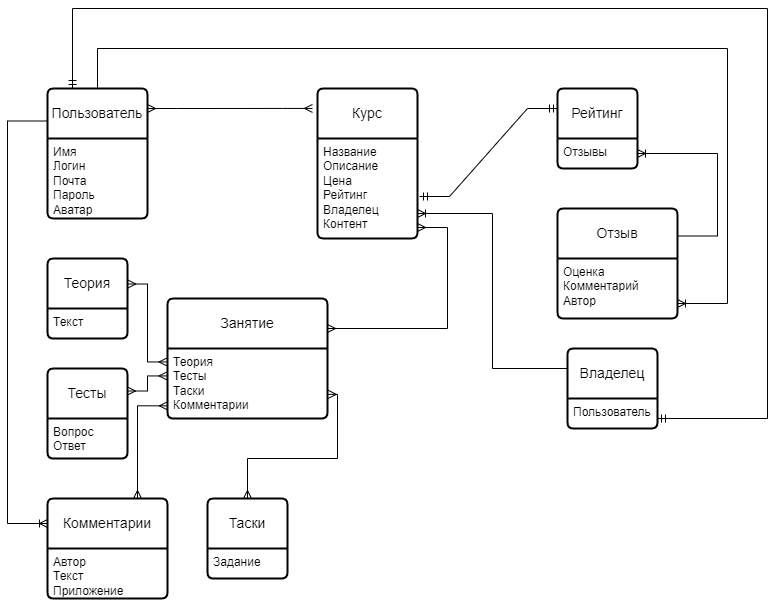
Above: Диаграммы/ДиграммыТЗ-ER-Logic.drawio.png in bosonhiiggs/Music-Trainee (draw.io), before the change. Source tidied: cells renumbered, new cells last; positions are measured from the earlier drawing's top-left corner, leaving out a move shared by most shapes.
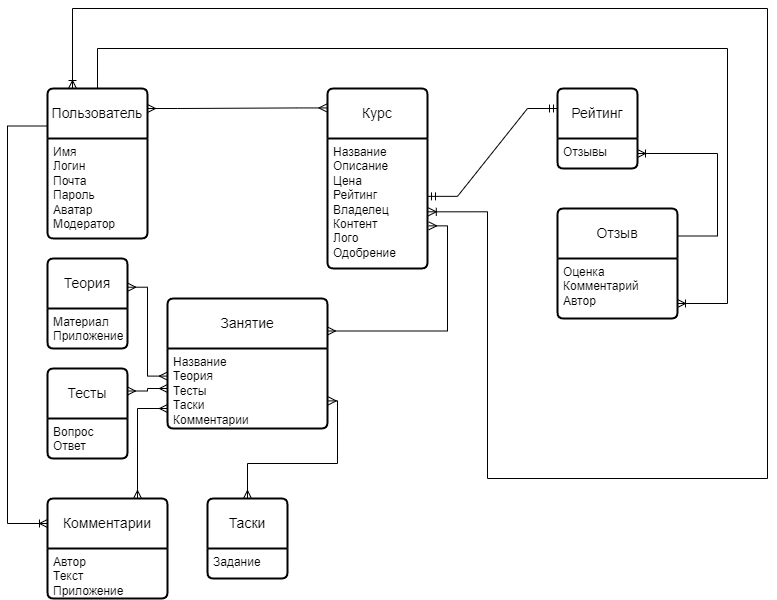
After the commit.

What changed in the source:
```diff
@@ -3,16 +3,16 @@
     <mxCell id="0" />
     <mxCell id="1" parent="0" />
     <mxCell id="2" value="Пользователь" style="swimlane;horizontal=1;startSize=50;rounded=1;fontSize=14;fontStyle=0;strokeWidth=2;shadow=0;dashed=0;align=center;arcSize=4;whiteSpace=wrap;html=1;" parent="1" vertex="1">
-      <mxGeometry x="40" y="80" width="100" height="130" as="geometry" />
+      <mxGeometry x="40" y="80" width="100" height="150" as="geometry" />
     </mxCell>
-    <mxCell id="3" value="Имя&lt;div&gt;Логин&lt;/div&gt;&lt;div&gt;Почта&lt;/div&gt;&lt;div&gt;Пароль&lt;/div&gt;&lt;div&gt;Аватар&lt;/div&gt;" style="align=left;strokeColor=none;fillColor=none;spacingLeft=4;fontSize=12;verticalAlign=top;html=1;" parent="2" vertex="1">
-      <mxGeometry y="50" width="100" height="80" as="geometry" />
+    <mxCell id="3" value="Имя&lt;div&gt;Логин&lt;/div&gt;&lt;div&gt;Почта&lt;/div&gt;&lt;div&gt;Пароль&lt;/div&gt;&lt;div&gt;Аватар&lt;/div&gt;&lt;div&gt;Модератор&lt;/div&gt;" style="align=left;strokeColor=none;fillColor=none;spacingLeft=4;fontSize=12;verticalAlign=top;html=1;" parent="2" vertex="1">
+      <mxGeometry y="50" width="100" height="100" as="geometry" />
     </mxCell>
     <mxCell id="4" value="Курс" style="swimlane;horizontal=1;startSize=50;rounded=1;fontSize=14;fontStyle=0;strokeWidth=2;shadow=0;dashed=0;align=center;arcSize=4;whiteSpace=wrap;html=1;" parent="1" vertex="1">
-      <mxGeometry x="310" y="80" width="100" height="150" as="geometry" />
+      <mxGeometry x="320" y="80" width="100" height="180" as="geometry" />
     </mxCell>
-    <mxCell id="5" value="Название&lt;div&gt;Описание&lt;/div&gt;&lt;div&gt;Цена&lt;/div&gt;&lt;div&gt;Рейтинг&lt;br&gt;Владелец&lt;/div&gt;&lt;div&gt;Контент&lt;/div&gt;&lt;div&gt;&lt;br&gt;&lt;/div&gt;" style="align=left;strokeColor=none;fillColor=none;spacingLeft=4;fontSize=12;verticalAlign=top;html=1;" parent="4" vertex="1">
-      <mxGeometry y="50" width="100" height="100" as="geometry" />
+    <mxCell id="5" value="Название&lt;div&gt;Описание&lt;/div&gt;&lt;div&gt;Цена&lt;/div&gt;&lt;div&gt;Рейтинг&lt;br&gt;Владелец&lt;/div&gt;&lt;div&gt;Контент&lt;/div&gt;&lt;div&gt;Лого&lt;/div&gt;&lt;div&gt;Одобрение&lt;/div&gt;" style="align=left;strokeColor=none;fillColor=none;spacingLeft=4;fontSize=12;verticalAlign=top;html=1;" parent="4" vertex="1">
+      <mxGeometry y="50" width="100" height="130" as="geometry" />
     </mxCell>
     <mxCell id="6" value="Рейтинг" style="swimlane;horizontal=1;startSize=50;rounded=1;fontSize=14;fontStyle=0;strokeWidth=2;shadow=0;dashed=0;align=center;arcSize=4;whiteSpace=wrap;html=1;" parent="1" vertex="1">
       <mxGeometry x="550" y="80" width="80" height="80" as="geometry" />
@@ -20,7 +20,7 @@
     <mxCell id="7" value="Отзывы" style="align=left;strokeColor=none;fillColor=none;spacingLeft=4;fontSize=12;verticalAlign=top;html=1;" parent="6" vertex="1">
       <mxGeometry y="50" width="80" height="30" as="geometry" />
     </mxCell>
-    <mxCell id="8" style="edgeStyle=entityRelationEdgeStyle;fontSize=12;html=1;endArrow=ERmandOne;startArrow=ERmandOne;rounded=0;entryX=0;entryY=0.25;entryDx=0;entryDy=0;exitX=1.02;exitY=0.58;exitDx=0;exitDy=0;exitPerimeter=0;" parent="1" edge="1" source="5" target="6">
+    <mxCell id="8" style="edgeStyle=entityRelationEdgeStyle;fontSize=12;html=1;endArrow=ERmandOne;startArrow=ERmandOne;rounded=0;entryX=0;entryY=0.25;entryDx=0;entryDy=0;exitX=1;exitY=0.445;exitDx=0;exitDy=0;exitPerimeter=0;" parent="1" edge="1" source="5" target="6">
       <mxGeometry relative="1" as="geometry" />
     </mxCell>
     <mxCell id="9" value="Отзыв" style="swimlane;horizontal=1;startSize=50;rounded=1;fontSize=14;fontStyle=0;strokeWidth=2;shadow=0;dashed=0;align=center;arcSize=4;whiteSpace=wrap;html=1;" parent="1" vertex="1">
@@ -46,29 +46,28 @@
       </mxGeometry>
     </mxCell>
     <mxCell id="13" value="Занятие" style="swimlane;horizontal=1;startSize=50;rounded=1;fontSize=14;fontStyle=0;strokeWidth=2;shadow=0;dashed=0;align=center;arcSize=4;whiteSpace=wrap;html=1;" parent="1" vertex="1">
-      <mxGeometry x="160" y="290" width="160" height="120" as="geometry" />
+      <mxGeometry x="160" y="290" width="160" height="130" as="geometry" />
     </mxCell>
-    <mxCell id="14" value="Теория&lt;div&gt;Тесты&lt;br&gt;Таски&lt;br&gt;Комментарии&lt;/div&gt;" style="align=left;strokeColor=none;fillColor=none;spacingLeft=4;fontSize=12;verticalAlign=top;html=1;" parent="13" vertex="1">
-      <mxGeometry y="50" width="160" height="70" as="geometry" />
+    <mxCell id="14" value="&lt;div&gt;Название&lt;/div&gt;Теория&lt;div&gt;Тесты&lt;br&gt;Таски&lt;br&gt;Комментарии&lt;/div&gt;" style="align=left;strokeColor=none;fillColor=none;spacingLeft=4;fontSize=12;verticalAlign=top;html=1;" parent="13" vertex="1">
+      <mxGeometry y="50" width="160" height="80" as="geometry" />
     </mxCell>
-    <mxCell id="15" style="edgeStyle=entityRelationEdgeStyle;fontSize=12;html=1;endArrow=ERmany;startArrow=ERmany;rounded=0;entryX=-0.05;entryY=0.133;entryDx=0;entryDy=0;entryPerimeter=0;" parent="1" edge="1" target="4">
+    <mxCell id="15" style="edgeStyle=entityRelationEdgeStyle;fontSize=12;html=1;endArrow=ERmany;startArrow=ERmany;rounded=0;entryX=-0.006;entryY=0.108;entryDx=0;entryDy=0;entryPerimeter=0;" parent="1" edge="1" target="4">
       <mxGeometry relative="1" as="geometry">
         <mxPoint x="140" y="100" as="sourcePoint" />
       </mxGeometry>
     </mxCell>
-    <mxCell id="16" style="edgeStyle=elbowEdgeStyle;fontSize=12;html=1;endArrow=ERmany;startArrow=ERmany;rounded=0;entryX=1;entryY=0.25;entryDx=0;entryDy=0;" parent="1" edge="1" target="13">
+    <mxCell id="16" style="edgeStyle=elbowEdgeStyle;fontSize=12;html=1;endArrow=ERmany;startArrow=ERmany;rounded=0;entryX=1;entryY=0.25;entryDx=0;entryDy=0;exitX=1.012;exitY=0.672;exitDx=0;exitDy=0;exitPerimeter=0;" parent="1" edge="1" source="5" target="13">
       <mxGeometry relative="1" as="geometry">
-        <mxPoint x="410" y="219" as="sourcePoint" />
         <Array as="points">
           <mxPoint x="440" y="270" />
         </Array>
       </mxGeometry>
     </mxCell>
     <mxCell id="17" value="Теория" style="swimlane;horizontal=1;startSize=50;rounded=1;fontSize=14;fontStyle=0;strokeWidth=2;shadow=0;dashed=0;align=center;arcSize=4;whiteSpace=wrap;html=1;" parent="1" vertex="1">
-      <mxGeometry x="40" y="250" width="80" height="80" as="geometry" />
+      <mxGeometry x="40" y="250" width="80" height="90" as="geometry" />
     </mxCell>
-    <mxCell id="18" value="Текст" style="align=left;strokeColor=none;fillColor=none;spacingLeft=4;fontSize=12;verticalAlign=top;html=1;" parent="17" vertex="1">
-      <mxGeometry y="50" width="80" height="30" as="geometry" />
+    <mxCell id="18" value="Материал&lt;div&gt;Приложение&lt;/div&gt;" style="align=left;strokeColor=none;fillColor=none;spacingLeft=4;fontSize=12;verticalAlign=top;html=1;" parent="17" vertex="1">
+      <mxGeometry y="50" width="80" height="40" as="geometry" />
     </mxCell>
     <mxCell id="19" value="Тесты" style="swimlane;horizontal=1;startSize=50;rounded=1;fontSize=14;fontStyle=0;strokeWidth=2;shadow=0;dashed=0;align=center;arcSize=4;whiteSpace=wrap;html=1;" parent="1" vertex="1">
       <mxGeometry x="40" y="360" width="80" height="90" as="geometry" />
@@ -88,17 +87,21 @@
     <mxCell id="24" value="Автор&lt;div&gt;Текст&lt;/div&gt;&lt;div&gt;Приложение&lt;/div&gt;" style="align=left;strokeColor=none;fillColor=none;spacingLeft=4;fontSize=12;verticalAlign=top;html=1;" parent="23" vertex="1">
       <mxGeometry y="50" width="120" height="50" as="geometry" />
     </mxCell>
-    <mxCell id="25" style="edgeStyle=elbowEdgeStyle;fontSize=12;html=1;endArrow=ERmany;startArrow=ERmany;rounded=0;exitX=1.004;exitY=0.319;exitDx=0;exitDy=0;exitPerimeter=0;entryX=-0.003;entryY=0.192;entryDx=0;entryDy=0;entryPerimeter=0;" parent="1" edge="1" source="17" target="14">
+    <mxCell id="25" style="edgeStyle=elbowEdgeStyle;fontSize=12;html=1;endArrow=ERmany;startArrow=ERmany;rounded=0;exitX=1.004;exitY=0.319;exitDx=0;exitDy=0;exitPerimeter=0;entryX=-0.001;entryY=0.345;entryDx=0;entryDy=0;entryPerimeter=0;" parent="1" edge="1" source="17" target="14">
       <mxGeometry relative="1" as="geometry" />
     </mxCell>
-    <mxCell id="26" style="edgeStyle=elbowEdgeStyle;fontSize=12;html=1;endArrow=ERmany;startArrow=ERmany;rounded=0;entryX=-0.003;entryY=0.392;entryDx=0;entryDy=0;entryPerimeter=0;exitX=1;exitY=0.25;exitDx=0;exitDy=0;" parent="1" edge="1" source="19" target="14">
+    <mxCell id="26" style="edgeStyle=elbowEdgeStyle;fontSize=12;html=1;endArrow=ERmany;startArrow=ERmany;rounded=0;entryX=0;entryY=0.5;entryDx=0;entryDy=0;exitX=1;exitY=0.25;exitDx=0;exitDy=0;" parent="1" edge="1" source="19" target="14">
       <mxGeometry relative="1" as="geometry" />
     </mxCell>
     <mxCell id="27" style="edgeStyle=orthogonalEdgeStyle;fontSize=12;html=1;endArrow=ERmany;startArrow=ERmany;rounded=0;exitX=0.5;exitY=0;exitDx=0;exitDy=0;entryX=1.005;entryY=0.655;entryDx=0;entryDy=0;entryPerimeter=0;" parent="1" edge="1" source="21" target="14">
       <mxGeometry relative="1" as="geometry" />
     </mxCell>
-    <mxCell id="28" style="edgeStyle=orthogonalEdgeStyle;fontSize=12;html=1;endArrow=ERmany;startArrow=ERmany;rounded=0;entryX=-0.001;entryY=0.819;entryDx=0;entryDy=0;entryPerimeter=0;exitX=0.75;exitY=0;exitDx=0;exitDy=0;" parent="1" edge="1" source="23" target="14">
-      <mxGeometry relative="1" as="geometry" />
+    <mxCell id="28" style="edgeStyle=orthogonalEdgeStyle;fontSize=12;html=1;endArrow=ERmany;startArrow=ERmany;rounded=0;entryX=0;entryY=0.75;entryDx=0;entryDy=0;exitX=0.75;exitY=0;exitDx=0;exitDy=0;" parent="1" edge="1" source="23" target="14">
+      <mxGeometry relative="1" as="geometry">
+        <Array as="points">
+          <mxPoint x="130" y="400" />
+        </Array>
+      </mxGeometry>
     </mxCell>
     <mxCell id="29" style="edgeStyle=elbowEdgeStyle;fontSize=12;html=1;endArrow=ERoneToMany;rounded=0;entryX=0;entryY=0.25;entryDx=0;entryDy=0;exitX=0;exitY=0.25;exitDx=0;exitDy=0;" parent="1" edge="1" source="2" target="23">
       <mxGeometry relative="1" as="geometry">
@@ -107,23 +110,16 @@
         </Array>
       </mxGeometry>
     </mxCell>
-    <mxCell id="30" value="Владелец" style="swimlane;horizontal=1;startSize=50;rounded=1;fontSize=14;fontStyle=0;strokeWidth=2;shadow=0;dashed=0;align=center;arcSize=4;whiteSpace=wrap;html=1;" parent="1" vertex="1">
-      <mxGeometry x="560" y="340" width="90" height="80" as="geometry" />
-    </mxCell>
-    <mxCell id="31" value="Пользователь" style="align=left;strokeColor=none;fillColor=none;spacingLeft=4;fontSize=12;verticalAlign=top;html=1;" parent="30" vertex="1">
-      <mxGeometry y="50" width="90" height="30" as="geometry" />
-    </mxCell>
-    <mxCell id="32" style="edgeStyle=elbowEdgeStyle;fontSize=12;html=1;endArrow=ERoneToMany;rounded=0;exitX=0;exitY=0.25;exitDx=0;exitDy=0;entryX=1;entryY=0.75;entryDx=0;entryDy=0;" parent="1" edge="1" source="30" target="5">
-      <mxGeometry relative="1" as="geometry" />
+    <mxCell id="32" style="edgeStyle=orthogonalEdgeStyle;fontSize=12;html=1;endArrow=ERoneToMany;rounded=0;exitX=0.25;exitY=0;exitDx=0;exitDy=0;startArrow=ERoneToMany;startFill=0;entryX=1.008;entryY=0.564;entryDx=0;entryDy=0;entryPerimeter=0;" parent="1" edge="1" source="2" target="5">
+      <mxGeometry relative="1" as="geometry">
+        <Array as="points">
+          <mxPoint x="65" />
+          <mxPoint x="760" />
+          <mxPoint x="760" y="470" />
+          <mxPoint x="480" y="470" />
+          <mxPoint x="480" y="203" />
+        </Array>
+      </mxGeometry>
     </mxCell>
-    <mxCell id="33" style="edgeStyle=orthogonalEdgeStyle;fontSize=12;html=1;endArrow=ERmandOne;startArrow=ERmandOne;rounded=0;entryX=0.25;entryY=0;entryDx=0;entryDy=0;exitX=1;exitY=0.667;exitDx=0;exitDy=0;exitPerimeter=0;" parent="1" edge="1" source="31" target="2">
-      <mxGeometry relative="1" as="geometry">
-        <Array as="points">
-          <mxPoint x="760" y="410" />
-          <mxPoint x="760" />
-          <mxPoint x="65" />
-        </Array>
-      </mxGeometry>
-    </mxCell>
   </root>
 </mxGraphModel>
```
